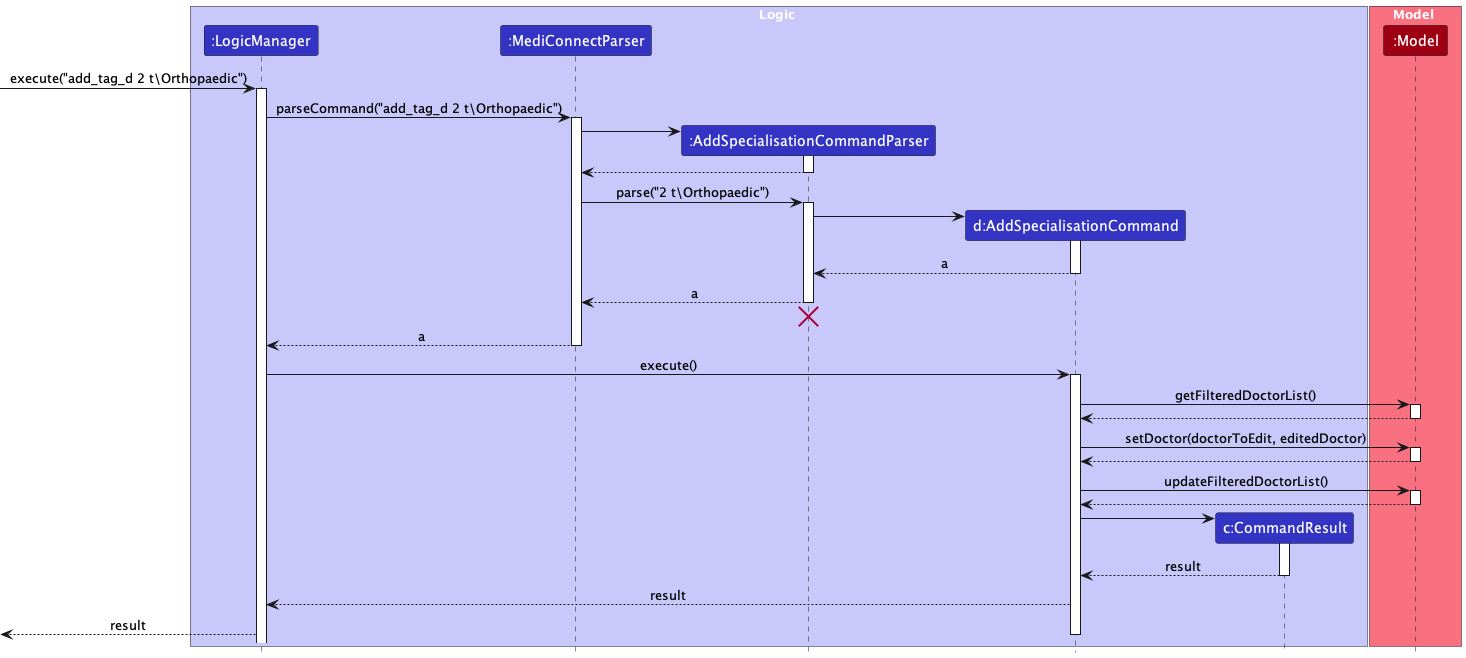
This is docs/images/AddSpecialisationSequenceDiagram.png from yanghengtang/tp, a PlantUML export, as it was before one commit. Its diagram source:
```plantuml
@startuml
!include ./style.puml
skinparam ArrowFontStyle plain

box Logic LOGIC_COLOR_T1
participant ":LogicManager" as LogicManager LOGIC_COLOR
participant ":MediConnectParser" as MediConnectParser LOGIC_COLOR
participant ":AddSpecialisationCommandParser" as AddSpecialisationCommandParser LOGIC_COLOR
participant "d:AddSpecialisationCommand" as AddSpecialisationCommand LOGIC_COLOR
participant "c:CommandResult" as CommandResult LOGIC_COLOR
end box

box Model MODEL_COLOR_T1
participant ":Model" as Model MODEL_COLOR
end box

[-> LogicManager : execute("add_tag_d 2 t\Orthopaedic")
activate LogicManager

LogicManager -> MediConnectParser : parseCommand("add_tag_d 2 t\Orthopaedic")
activate MediConnectParser

create AddSpecialisationCommandParser
MediConnectParser -> AddSpecialisationCommandParser
activate AddSpecialisationCommandParser

AddSpecialisationCommandParser --> MediConnectParser
deactivate AddSpecialisationCommandParser

MediConnectParser -> AddSpecialisationCommandParser : parse("2 t\Orthopaedic")
activate AddSpecialisationCommandParser


create AddSpecialisationCommand
AddSpecialisationCommandParser -> AddSpecialisationCommand
activate AddSpecialisationCommand

AddSpecialisationCommand --> AddSpecialisationCommandParser : a
deactivate AddSpecialisationCommand

AddSpecialisationCommandParser --> MediConnectParser : a
deactivate AddSpecialisationCommandParser

AddSpecialisationCommandParser -[hidden]-> MediConnectParser
destroy AddSpecialisationCommandParser

MediConnectParser --> LogicManager : a
deactivate MediConnectParser

LogicManager -> AddSpecialisationCommand : execute()
activate AddSpecialisationCommand


AddSpecialisationCommand -> Model : getFilteredDoctorList()
activate Model

Model --> AddSpecialisationCommand
deactivate Model

AddSpecialisationCommand -> Model : setDoctor(doctorToEdit, editedDoctor)
activate Model

Model --> AddSpecialisationCommand
deactivate Model

AddSpecialisationCommand -> Model : updateFilteredDoctorList()
activate Model

Model --> AddSpecialisationCommand
deactivate Model

create CommandResult
AddSpecialisationCommand -> CommandResult
activate CommandResult

CommandResult --> AddSpecialisationCommand : result
deactivate CommandResult

AddSpecialisationCommand --> LogicManager : result
[<--LogicManager : result
deactivate AddSpecialisationCommand
@enduml
```
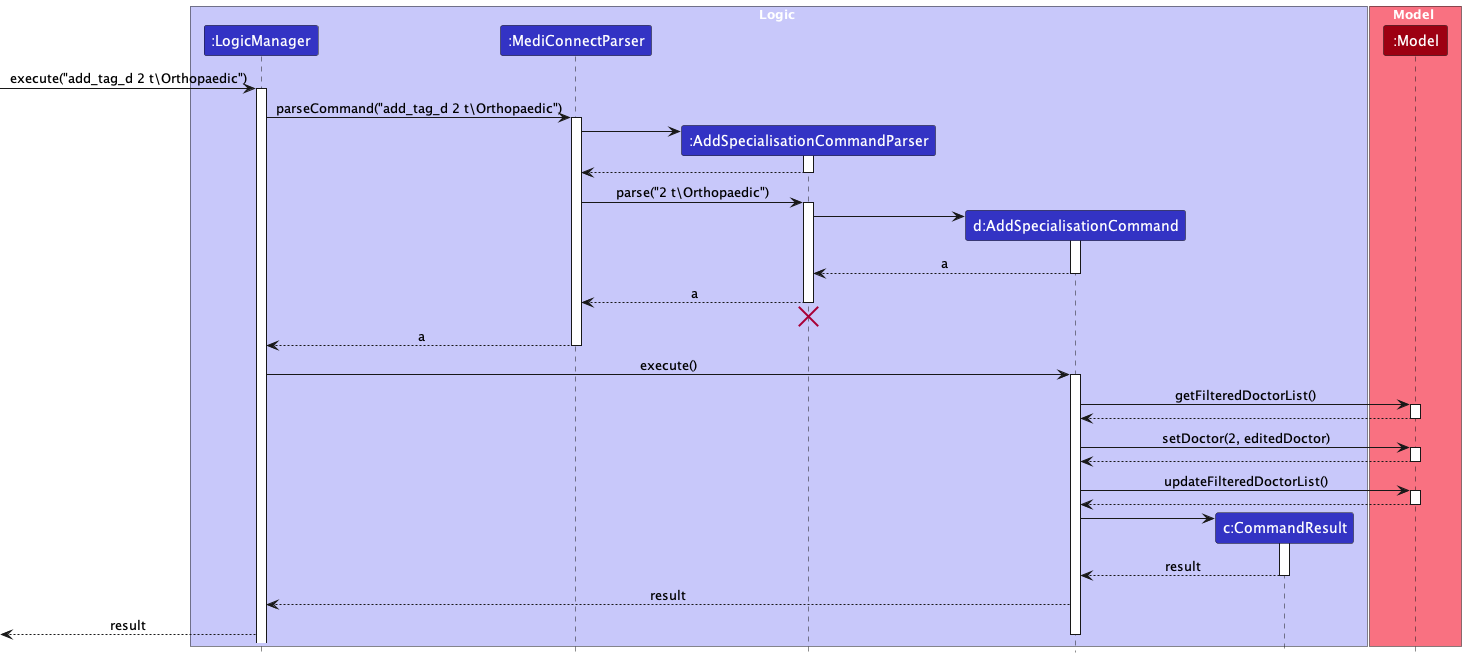
Later version of the same file.

Diff of the diagram source:
```diff
@@ -57,7 +57,7 @@
 Model --> AddSpecialisationCommand
 deactivate Model
 
-AddSpecialisationCommand -> Model : setDoctor(doctorToEdit, editedDoctor)
+AddSpecialisationCommand -> Model : setDoctor(2, editedDoctor)
 activate Model
 
 Model --> AddSpecialisationCommand
```
